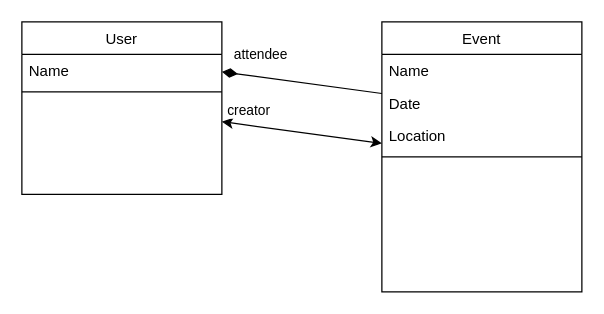
Earlier version of the draw.io diagram Model.drawio (upkl/odin-rails-advanced-forms-private-events). Source tidied: cells renumbered, new cells numbered last; positions are measured from the earlier drawing's top-left corner, leaving out a move shared by most shapes. Both pictures are drawn from the tidied source at 125%, with x=0, y=0 at pixel (21, 21).
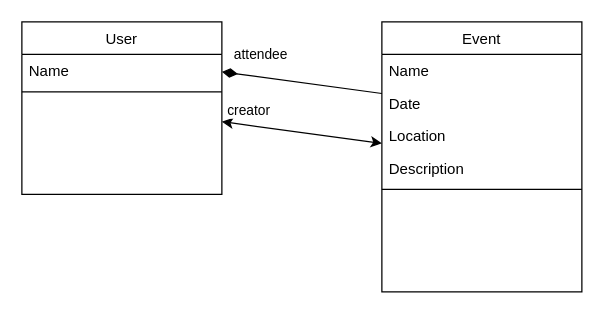
The same diagram, later.

Commit message:
add all fields to Event in Model.drawio

The edit, as a diff of the source:
```diff
@@
 <mxGraphModel>
   <root>
     <mxCell id="0" />
     <mxCell id="1" parent="0" />
     <mxCell id="2" value="User" style="swimlane;fontStyle=0;align=center;verticalAlign=top;horizontal=1;startSize=26;rounded=0;shadow=0;strokeWidth=1;" parent="1" vertex="1">
       <mxGeometry width="160" height="138" as="geometry" />
     </mxCell>
     <mxCell id="3" value="Name" style="text;align=left;verticalAlign=top;spacingLeft=4;spacingRight=4;overflow=hidden;" parent="2" vertex="1">
       <mxGeometry y="26" width="160" height="26" as="geometry" />
     </mxCell>
     <mxCell id="4" style="line;html=1;strokeWidth=1;align=left;verticalAlign=middle;spacingTop=-1;spacingLeft=3;spacingRight=3;labelPosition=right;" parent="2" vertex="1">
       <mxGeometry y="52" width="160" height="8" as="geometry" />
     </mxCell>
     <mxCell id="5" value="Event" style="swimlane;fontStyle=0;align=center;verticalAlign=top;horizontal=1;startSize=26;rounded=0;shadow=0;strokeWidth=1;" parent="1" vertex="1">
       <mxGeometry x="288" width="160" height="216" as="geometry" />
     </mxCell>
     <mxCell id="6" value="Name" style="text;align=left;verticalAlign=top;spacingLeft=4;spacingRight=4;overflow=hidden;rounded=0;shadow=0;html=0;" parent="5" vertex="1">
       <mxGeometry y="26" width="160" height="26" as="geometry" />
     </mxCell>
     <mxCell id="7" value="Date" style="text;align=left;verticalAlign=top;spacingLeft=4;spacingRight=4;overflow=hidden;" parent="5" vertex="1">
       <mxGeometry y="52" width="160" height="26" as="geometry" />
     </mxCell>
     <mxCell id="8" value="Location" style="text;align=left;verticalAlign=top;spacingLeft=4;spacingRight=4;overflow=hidden;rounded=0;shadow=0;html=0;" parent="5" vertex="1">
       <mxGeometry y="78" width="160" height="26" as="geometry" />
     </mxCell>
+    <mxCell id="13" value="Description" style="text;align=left;verticalAlign=top;spacingLeft=4;spacingRight=4;overflow=hidden;rounded=0;shadow=0;html=0;" parent="5" vertex="1">
+      <mxGeometry y="104" width="160" height="26" as="geometry" />
+    </mxCell>
     <mxCell id="9" style="line;html=1;strokeWidth=1;align=left;verticalAlign=middle;spacingTop=-1;spacingLeft=3;spacingRight=3;labelPosition=right;" parent="5" vertex="1">
-      <mxGeometry y="104" width="160" height="8" as="geometry" />
+      <mxGeometry y="130" width="160" height="8" as="geometry" />
     </mxCell>
     <mxCell id="10" value="&lt;div&gt;creator&lt;/div&gt;" style="endArrow=classic;startArrow=classic;html=1;rounded=0;verticalAlign=bottom;labelPosition=left;verticalLabelPosition=top;align=right;" parent="1" edge="1" source="5" target="2">
       <mxGeometry x="0.39" y="-5" relative="1" as="geometry">
         <mxPoint x="1" as="offset" />
       </mxGeometry>
     </mxCell>
     <mxCell id="11" style="endArrow=none;startArrow=diamondThin;html=1;rounded=0;horizontal=1;strokeWidth=1;endSize=6;targetPerimeterSpacing=0;startFill=1;endFill=0;startSize=10;" parent="1" edge="1">
       <mxGeometry relative="1" as="geometry">
         <mxPoint x="160" y="40" as="sourcePoint" />
         <mxPoint x="288" y="57.3" as="targetPoint" />
       </mxGeometry>
     </mxCell>
     <mxCell id="12" value="attendee" style="edgeLabel;html=1;align=center;verticalAlign=middle;" parent="11" vertex="1">
       <mxGeometry x="-0.14" y="-1" relative="1" as="geometry">
         <mxPoint x="-25" y="-23" as="offset" />
       </mxGeometry>
     </mxCell>
   </root>
 </mxGraphModel>
```
